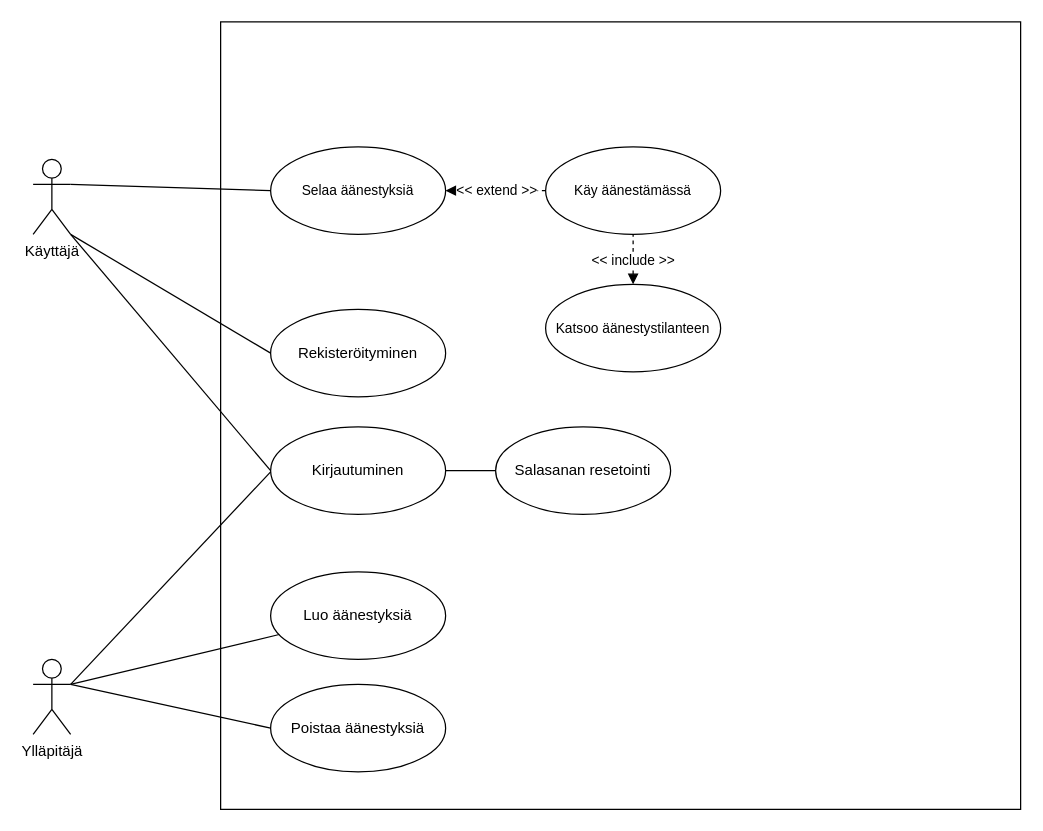
Before: 662/622.drawio in tojutaha/tojutaha.github.io, a draw.io diagram. Source tidied: cells renumbered, new cells numbered last; positions are measured from the earlier drawing's top-left corner, leaving out a move shared by most shapes. Both pictures are drawn from the tidied source at 125%, with x=0, y=0 at pixel (32, 21).
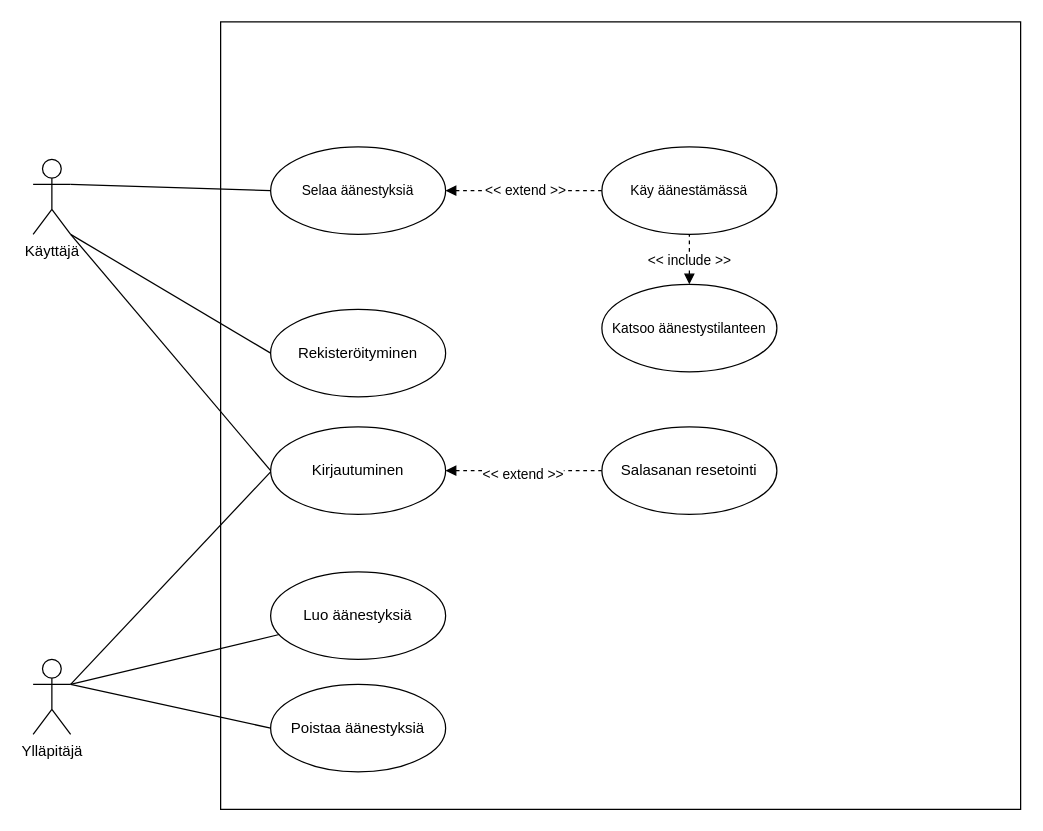
The same diagram, later.

The change refers to these unchanged cells:
```xml
<mxCell id="19" value="Kirjautuminen" style="ellipse;whiteSpace=wrap;html=1;" parent="1" vertex="1">
  <mxGeometry x="190" y="324" width="140" height="70" as="geometry" />
</mxCell>
```

Diff of the diagram source:
```diff
@@
     <mxCell id="12" value="Käy äänestämässä" style="ellipse;whiteSpace=wrap;html=1;fontFamily=Helvetica;fontSize=11;fontColor=default;" parent="1" vertex="1">
-      <mxGeometry x="410" y="100" width="140" height="70" as="geometry" />
+      <mxGeometry x="455" y="100" width="140" height="70" as="geometry" />
     </mxCell>
@@
     <mxCell id="15" value="Katsoo äänestystilanteen" style="ellipse;whiteSpace=wrap;html=1;fontFamily=Helvetica;fontSize=11;fontColor=default;" parent="1" vertex="1">
-      <mxGeometry x="410" y="210" width="140" height="70" as="geometry" />
+      <mxGeometry x="455" y="210" width="140" height="70" as="geometry" />
     </mxCell>
@@
-    <mxCell id="18" style="edgeStyle=none;shape=connector;rounded=0;jettySize=auto;html=1;exitX=1;exitY=0.5;exitDx=0;exitDy=0;entryX=0;entryY=0.5;entryDx=0;entryDy=0;labelBackgroundColor=default;strokeColor=default;fontFamily=Helvetica;fontSize=11;fontColor=default;endArrow=none;endFill=0;" parent="1" edge="1" source="19" target="23">
+    <mxCell id="18" style="edgeStyle=none;shape=connector;rounded=0;jettySize=auto;html=1;exitX=1;exitY=0.5;exitDx=0;exitDy=0;entryX=0;entryY=0.5;entryDx=0;entryDy=0;labelBackgroundColor=default;strokeColor=default;fontFamily=Helvetica;fontSize=11;fontColor=default;endArrow=none;endFill=0;startArrow=block;startFill=1;dashed=1;" parent="1" edge="1" source="19" target="23">
       <mxGeometry relative="1" as="geometry" />
     </mxCell>
+    <mxCell id="24" value="&amp;lt;&amp;lt; extend &amp;gt;&amp;gt;" style="edgeLabel;html=1;align=center;verticalAlign=middle;" parent="18" vertex="1">
+      <mxGeometry x="-0.03" y="-2" relative="1" as="geometry" />
+    </mxCell>
@@
     <mxCell id="23" value="Salasanan resetointi" style="ellipse;whiteSpace=wrap;html=1;" parent="1" vertex="1">
-      <mxGeometry x="370" y="324" width="140" height="70" as="geometry" />
+      <mxGeometry x="455" y="324" width="140" height="70" as="geometry" />
     </mxCell>
```
